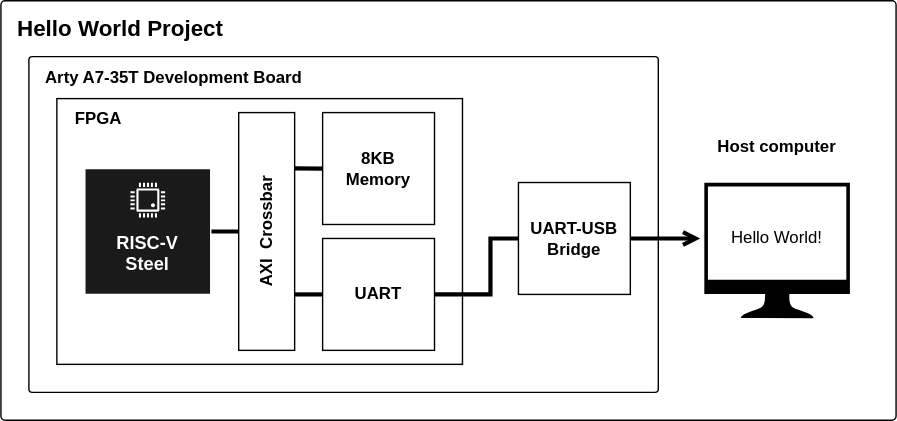
Above: docs/source/images/hello-world.svg in riscv-steel/riscv-steel (draw.io), before the change. Source tidied: cells renumbered, new cells last; positions are measured from the earlier drawing's top-left corner, leaving out a move shared by most shapes. The source it was exported from:
```xml
<mxGraphModel>
  <root>
    <mxCell id="0" />
    <mxCell id="1" parent="0" />
    <mxCell id="2" style="rounded=1;whiteSpace=wrap;html=1;fillColor=#FFFFFF;fontColor=#333333;strokeColor=#000000;gradientColor=none;gradientDirection=east;strokeWidth=1;arcSize=1;" parent="1" vertex="1">
      <mxGeometry width="640" height="300" as="geometry" />
    </mxCell>
    <mxCell id="3" style="sketch=0;shadow=0;dashed=0;html=1;strokeColor=none;fillColor=#000000;labelPosition=center;verticalLabelPosition=bottom;verticalAlign=top;align=center;shape=mxgraph.vvd.monitor;" parent="1" vertex="1">
      <mxGeometry x="502.9" y="130.2" width="104.1" height="96.8" as="geometry" />
    </mxCell>
    <mxCell id="4" style="rounded=1;whiteSpace=wrap;html=1;strokeWidth=1;gradientColor=none;fillColor=#FFFFFF;gradientDirection=radial;arcSize=1;" parent="1" vertex="1">
      <mxGeometry x="20" y="40" width="450" height="240" as="geometry" />
    </mxCell>
    <mxCell id="5" style="rounded=1;whiteSpace=wrap;html=1;fillColor=#FFFFFF;fontColor=#333333;strokeColor=#000000;gradientColor=none;gradientDirection=east;strokeWidth=1;arcSize=0;" parent="1" vertex="1">
      <mxGeometry x="40" y="70" width="290" height="190" as="geometry" />
    </mxCell>
    <mxCell id="6" style="edgeStyle=orthogonalEdgeStyle;rounded=0;jettySize=auto;html=1;entryX=0;entryY=0.5;entryDx=0;entryDy=0;strokeWidth=3;startArrow=none;startFill=0;endArrow=none;endFill=0;" parent="1" edge="1" source="7" target="9">
      <mxGeometry relative="1" as="geometry" />
    </mxCell>
    <mxCell id="7" value="&lt;br&gt;&lt;br&gt;RISC-V&lt;br style=&quot;font-size: 13px;&quot;&gt;Steel" style="rounded=1;whiteSpace=wrap;html=1;strokeWidth=1;arcSize=0;fontStyle=1;fontSize=13;fontFamily=Helvetica;fillColor=#1A1A1A;strokeColor=#FFFFFF;fontColor=#ffffff;" parent="1" vertex="1">
      <mxGeometry x="60" y="120" width="90" height="90" as="geometry" />
    </mxCell>
    <mxCell id="8" style="shadow=0;dashed=0;html=1;strokeColor=none;fillColor=#FFFFFF;labelPosition=center;verticalLabelPosition=bottom;verticalAlign=top;align=center;shape=mxgraph.veeam.cpu;" parent="1" vertex="1">
      <mxGeometry x="92.6" y="130.2" width="24.8" height="24.8" as="geometry" />
    </mxCell>
    <mxCell id="9" value="AXI&amp;nbsp; Crossbar" style="rounded=1;whiteSpace=wrap;html=1;strokeWidth=1;arcSize=0;fontStyle=1;fontSize=12;fontFamily=Helvetica;horizontal=0;" parent="1" vertex="1">
      <mxGeometry x="170" y="80" width="40" height="170" as="geometry" />
    </mxCell>
    <mxCell id="10" style="edgeStyle=orthogonalEdgeStyle;rounded=0;jettySize=auto;html=1;entryX=1;entryY=0.235;entryDx=0;entryDy=0;entryPerimeter=0;endArrow=none;endFill=0;strokeWidth=3;" parent="1" edge="1" source="11" target="9">
      <mxGeometry relative="1" as="geometry" />
    </mxCell>
    <mxCell id="11" value="8KB&lt;br style=&quot;font-size: 12px;&quot;&gt;Memory" style="rounded=1;whiteSpace=wrap;html=1;strokeWidth=1;arcSize=0;fontStyle=1;fontSize=12;fontFamily=Helvetica;" parent="1" vertex="1">
      <mxGeometry x="230" y="80" width="80" height="80" as="geometry" />
    </mxCell>
    <mxCell id="12" style="edgeStyle=orthogonalEdgeStyle;rounded=0;jettySize=auto;html=1;entryX=0;entryY=0.5;entryDx=0;entryDy=0;strokeWidth=3;endArrow=none;endFill=0;startArrow=none;startFill=0;" parent="1" edge="1" source="13" target="17">
      <mxGeometry relative="1" as="geometry">
        <Array as="points">
          <mxPoint x="350" y="210" />
          <mxPoint x="350" y="170" />
        </Array>
      </mxGeometry>
    </mxCell>
    <mxCell id="13" value="UART" style="rounded=1;whiteSpace=wrap;html=1;strokeWidth=1;arcSize=0;fontStyle=1;fontSize=12;fontFamily=Helvetica;" parent="1" vertex="1">
      <mxGeometry x="230" y="170" width="80" height="80" as="geometry" />
    </mxCell>
    <mxCell id="14" value="FPGA" style="text;html=1;strokeColor=none;fillColor=none;align=center;verticalAlign=middle;whiteSpace=wrap;rounded=0;fontStyle=1;fontSize=12;" parent="1" vertex="1">
      <mxGeometry x="40" y="70" width="60" height="30" as="geometry" />
    </mxCell>
    <mxCell id="15" value="Arty A7-35T Development Board" style="text;html=1;strokeColor=none;fillColor=none;align=left;verticalAlign=middle;whiteSpace=wrap;rounded=0;fontSize=12;fontStyle=1;" parent="1" vertex="1">
      <mxGeometry x="30" y="40" width="280" height="30" as="geometry" />
    </mxCell>
    <mxCell id="16" style="edgeStyle=orthogonalEdgeStyle;rounded=0;jettySize=auto;html=1;strokeWidth=3;endArrow=open;endFill=0;startArrow=none;startFill=0;" parent="1" edge="1" source="17">
      <mxGeometry relative="1" as="geometry">
        <mxPoint x="500" y="170" as="targetPoint" />
      </mxGeometry>
    </mxCell>
    <mxCell id="17" value="UART-USB&lt;br style=&quot;font-size: 12px;&quot;&gt;Bridge" style="rounded=1;whiteSpace=wrap;html=1;strokeWidth=1;arcSize=0;fontStyle=1;fontSize=12;fontFamily=Helvetica;" parent="1" vertex="1">
      <mxGeometry x="370" y="130" width="80" height="80" as="geometry" />
    </mxCell>
    <mxCell id="18" value="Hello World!" style="text;html=1;strokeColor=none;fillColor=none;align=center;verticalAlign=middle;whiteSpace=wrap;rounded=0;fontStyle=0;fontColor=#000000;" parent="1" vertex="1">
      <mxGeometry x="515" y="155" width="80" height="30" as="geometry" />
    </mxCell>
    <mxCell id="19" value="Host computer" style="text;html=1;strokeColor=none;fillColor=none;align=center;verticalAlign=middle;whiteSpace=wrap;rounded=0;fontStyle=1;" parent="1" vertex="1">
      <mxGeometry x="485" y="90" width="140" height="30" as="geometry" />
    </mxCell>
    <mxCell id="20" style="edgeStyle=orthogonalEdgeStyle;rounded=0;orthogonalLoop=1;jettySize=auto;html=1;entryX=1;entryY=0.235;entryDx=0;entryDy=0;entryPerimeter=0;endArrow=none;endFill=0;strokeWidth=3;" parent="1" edge="1">
      <mxGeometry relative="1" as="geometry">
        <mxPoint x="230" y="210" as="sourcePoint" />
        <mxPoint x="210" y="210" as="targetPoint" />
      </mxGeometry>
    </mxCell>
    <mxCell id="21" value="Hello World Project" style="text;html=1;strokeColor=none;fillColor=none;align=left;verticalAlign=middle;whiteSpace=wrap;rounded=0;fontSize=16;fontStyle=1;" parent="1" vertex="1">
      <mxGeometry x="10" width="280" height="40" as="geometry" />
    </mxCell>
  </root>
</mxGraphModel>
```
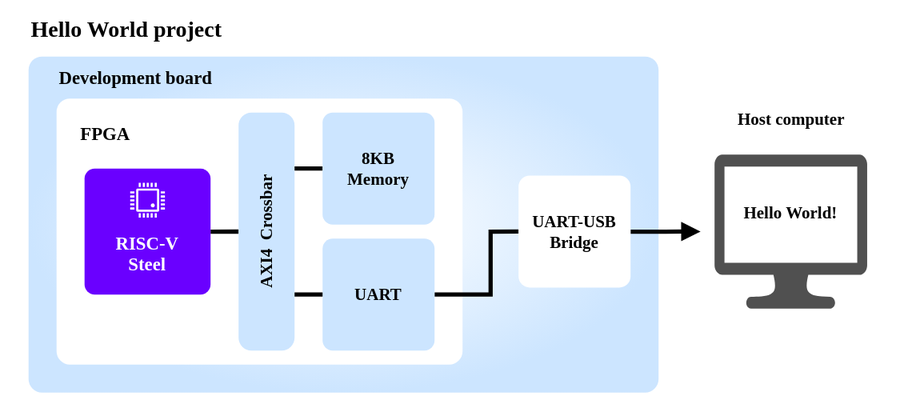
Later version of the same file.

The edit, as a diff of the source:
```diff
@@ -2,66 +2,60 @@
   <root>
     <mxCell id="0" />
     <mxCell id="1" parent="0" />
-    <mxCell id="2" style="rounded=1;whiteSpace=wrap;html=1;fillColor=#FFFFFF;fontColor=#333333;strokeColor=#000000;gradientColor=none;gradientDirection=east;strokeWidth=1;arcSize=1;" parent="1" vertex="1">
-      <mxGeometry width="640" height="300" as="geometry" />
+    <mxCell id="2" style="rounded=1;whiteSpace=wrap;html=1;fillColor=#FFFFFF;fontColor=#333333;strokeColor=none;gradientColor=none;gradientDirection=radial;strokeWidth=1;arcSize=3;" parent="1" vertex="1">
+      <mxGeometry width="660" height="300" as="geometry" />
     </mxCell>
-    <mxCell id="3" style="sketch=0;shadow=0;dashed=0;html=1;strokeColor=none;fillColor=#000000;labelPosition=center;verticalLabelPosition=bottom;verticalAlign=top;align=center;shape=mxgraph.vvd.monitor;" parent="1" vertex="1">
-      <mxGeometry x="502.9" y="130.2" width="104.1" height="96.8" as="geometry" />
-    </mxCell>
-    <mxCell id="4" style="rounded=1;whiteSpace=wrap;html=1;strokeWidth=1;gradientColor=none;fillColor=#FFFFFF;gradientDirection=radial;arcSize=1;" parent="1" vertex="1">
+    <mxCell id="4" style="rounded=1;whiteSpace=wrap;html=1;strokeWidth=1;gradientColor=#CCE5FF;fillColor=#FFFFFF;gradientDirection=radial;arcSize=4;strokeColor=none;" parent="1" vertex="1">
       <mxGeometry x="20" y="40" width="450" height="240" as="geometry" />
     </mxCell>
-    <mxCell id="5" style="rounded=1;whiteSpace=wrap;html=1;fillColor=#FFFFFF;fontColor=#333333;strokeColor=#000000;gradientColor=none;gradientDirection=east;strokeWidth=1;arcSize=0;" parent="1" vertex="1">
+    <mxCell id="5" style="rounded=1;whiteSpace=wrap;html=1;fillColor=#FFFFFF;fontColor=#333333;strokeColor=none;gradientColor=none;gradientDirection=east;strokeWidth=1;arcSize=5;" parent="1" vertex="1">
       <mxGeometry x="40" y="70" width="290" height="190" as="geometry" />
     </mxCell>
     <mxCell id="6" style="edgeStyle=orthogonalEdgeStyle;rounded=0;jettySize=auto;html=1;entryX=0;entryY=0.5;entryDx=0;entryDy=0;strokeWidth=3;startArrow=none;startFill=0;endArrow=none;endFill=0;" parent="1" edge="1" source="7" target="9">
       <mxGeometry relative="1" as="geometry" />
     </mxCell>
-    <mxCell id="7" value="&lt;br&gt;&lt;br&gt;RISC-V&lt;br style=&quot;font-size: 13px;&quot;&gt;Steel" style="rounded=1;whiteSpace=wrap;html=1;strokeWidth=1;arcSize=0;fontStyle=1;fontSize=13;fontFamily=Helvetica;fillColor=#1A1A1A;strokeColor=#FFFFFF;fontColor=#ffffff;" parent="1" vertex="1">
+    <mxCell id="7" value="&lt;br&gt;&lt;br&gt;RISC-V&lt;br style=&quot;font-size: 13px;&quot;&gt;Steel" style="rounded=1;whiteSpace=wrap;html=1;strokeWidth=1;arcSize=8;fontStyle=1;fontSize=13;fontFamily=Tahoma;fillColor=#6A00FF;strokeColor=none;fontColor=#ffffff;" parent="1" vertex="1">
       <mxGeometry x="60" y="120" width="90" height="90" as="geometry" />
     </mxCell>
     <mxCell id="8" style="shadow=0;dashed=0;html=1;strokeColor=none;fillColor=#FFFFFF;labelPosition=center;verticalLabelPosition=bottom;verticalAlign=top;align=center;shape=mxgraph.veeam.cpu;" parent="1" vertex="1">
       <mxGeometry x="92.6" y="130.2" width="24.8" height="24.8" as="geometry" />
     </mxCell>
-    <mxCell id="9" value="AXI&amp;nbsp; Crossbar" style="rounded=1;whiteSpace=wrap;html=1;strokeWidth=1;arcSize=0;fontStyle=1;fontSize=12;fontFamily=Helvetica;horizontal=0;" parent="1" vertex="1">
+    <mxCell id="9" value="AXI4&amp;nbsp; Crossbar" style="rounded=1;whiteSpace=wrap;html=1;strokeWidth=1;arcSize=23;fontStyle=1;fontSize=12;fontFamily=Tahoma;horizontal=0;strokeColor=none;fillColor=#CCE5FF;" parent="1" vertex="1">
       <mxGeometry x="170" y="80" width="40" height="170" as="geometry" />
     </mxCell>
     <mxCell id="10" style="edgeStyle=orthogonalEdgeStyle;rounded=0;jettySize=auto;html=1;entryX=1;entryY=0.235;entryDx=0;entryDy=0;entryPerimeter=0;endArrow=none;endFill=0;strokeWidth=3;" parent="1" edge="1" source="11" target="9">
       <mxGeometry relative="1" as="geometry" />
     </mxCell>
-    <mxCell id="11" value="8KB&lt;br style=&quot;font-size: 12px;&quot;&gt;Memory" style="rounded=1;whiteSpace=wrap;html=1;strokeWidth=1;arcSize=0;fontStyle=1;fontSize=12;fontFamily=Helvetica;" parent="1" vertex="1">
+    <mxCell id="11" value="8KB&lt;br style=&quot;font-size: 12px;&quot;&gt;Memory" style="rounded=1;whiteSpace=wrap;html=1;strokeWidth=1;arcSize=9;fontStyle=1;fontSize=12;fontFamily=Tahoma;strokeColor=none;fillColor=#CCE5FF;" parent="1" vertex="1">
       <mxGeometry x="230" y="80" width="80" height="80" as="geometry" />
     </mxCell>
     <mxCell id="12" style="edgeStyle=orthogonalEdgeStyle;rounded=0;jettySize=auto;html=1;entryX=0;entryY=0.5;entryDx=0;entryDy=0;strokeWidth=3;endArrow=none;endFill=0;startArrow=none;startFill=0;" parent="1" edge="1" source="13" target="17">
       <mxGeometry relative="1" as="geometry">
         <Array as="points">
           <mxPoint x="350" y="210" />
-          <mxPoint x="350" y="170" />
+          <mxPoint x="350" y="165" />
         </Array>
       </mxGeometry>
     </mxCell>
-    <mxCell id="13" value="UART" style="rounded=1;whiteSpace=wrap;html=1;strokeWidth=1;arcSize=0;fontStyle=1;fontSize=12;fontFamily=Helvetica;" parent="1" vertex="1">
+    <mxCell id="13" value="UART" style="rounded=1;whiteSpace=wrap;html=1;strokeWidth=1;arcSize=9;fontStyle=1;fontSize=12;fontFamily=Tahoma;strokeColor=none;fillColor=#CCE5FF;" parent="1" vertex="1">
       <mxGeometry x="230" y="170" width="80" height="80" as="geometry" />
     </mxCell>
-    <mxCell id="14" value="FPGA" style="text;html=1;strokeColor=none;fillColor=none;align=center;verticalAlign=middle;whiteSpace=wrap;rounded=0;fontStyle=1;fontSize=12;" parent="1" vertex="1">
-      <mxGeometry x="40" y="70" width="60" height="30" as="geometry" />
+    <mxCell id="14" value="FPGA" style="text;html=1;strokeColor=none;fillColor=none;align=center;verticalAlign=middle;whiteSpace=wrap;rounded=0;fontStyle=1;fontSize=13;fontFamily=Tahoma;" parent="1" vertex="1">
+      <mxGeometry x="40" y="80" width="70" height="30" as="geometry" />
     </mxCell>
-    <mxCell id="15" value="Arty A7-35T Development Board" style="text;html=1;strokeColor=none;fillColor=none;align=left;verticalAlign=middle;whiteSpace=wrap;rounded=0;fontSize=12;fontStyle=1;" parent="1" vertex="1">
-      <mxGeometry x="30" y="40" width="280" height="30" as="geometry" />
+    <mxCell id="15" value="Development board" style="text;html=1;strokeColor=none;fillColor=none;align=left;verticalAlign=middle;whiteSpace=wrap;rounded=0;fontSize=13;fontStyle=1;fontFamily=Tahoma;" parent="1" vertex="1">
+      <mxGeometry x="40" y="40" width="280" height="30" as="geometry" />
     </mxCell>
-    <mxCell id="16" style="edgeStyle=orthogonalEdgeStyle;rounded=0;jettySize=auto;html=1;strokeWidth=3;endArrow=open;endFill=0;startArrow=none;startFill=0;" parent="1" edge="1" source="17">
-      <mxGeometry relative="1" as="geometry">
-        <mxPoint x="500" y="170" as="targetPoint" />
-      </mxGeometry>
-    </mxCell>
+    <mxCell id="22" style="edgeStyle=orthogonalEdgeStyle;rounded=0;jettySize=auto;html=1;strokeWidth=3;endArrow=block;endFill=1;" parent="1" edge="1" source="17">
+      <mxGeometry relative="1" as="geometry">
+        <mxPoint x="500" y="165" as="targetPoint" />
+      </mxGeometry>
+    </mxCell>
-    <mxCell id="17" value="UART-USB&lt;br style=&quot;font-size: 12px;&quot;&gt;Bridge" style="rounded=1;whiteSpace=wrap;html=1;strokeWidth=1;arcSize=0;fontStyle=1;fontSize=12;fontFamily=Helvetica;" parent="1" vertex="1">
-      <mxGeometry x="370" y="130" width="80" height="80" as="geometry" />
+    <mxCell id="17" value="UART-USB&lt;br style=&quot;font-size: 12px;&quot;&gt;Bridge" style="rounded=1;whiteSpace=wrap;html=1;strokeWidth=1;arcSize=10;fontStyle=1;fontSize=12;fontFamily=Tahoma;fillColor=#FFFFFF;strokeColor=none;" parent="1" vertex="1">
+      <mxGeometry x="370" y="125" width="80" height="80" as="geometry" />
     </mxCell>
-    <mxCell id="18" value="Hello World!" style="text;html=1;strokeColor=none;fillColor=none;align=center;verticalAlign=middle;whiteSpace=wrap;rounded=0;fontStyle=0;fontColor=#000000;" parent="1" vertex="1">
-      <mxGeometry x="515" y="155" width="80" height="30" as="geometry" />
-    </mxCell>
-    <mxCell id="19" value="Host computer" style="text;html=1;strokeColor=none;fillColor=none;align=center;verticalAlign=middle;whiteSpace=wrap;rounded=0;fontStyle=1;" parent="1" vertex="1">
-      <mxGeometry x="485" y="90" width="140" height="30" as="geometry" />
+    <mxCell id="19" value="Host computer" style="text;html=1;strokeColor=none;fillColor=none;align=center;verticalAlign=middle;whiteSpace=wrap;rounded=0;fontStyle=1;fontFamily=Tahoma;" parent="1" vertex="1">
+      <mxGeometry x="494.5" y="70" width="140" height="30" as="geometry" />
     </mxCell>
     <mxCell id="20" style="edgeStyle=orthogonalEdgeStyle;rounded=0;orthogonalLoop=1;jettySize=auto;html=1;entryX=1;entryY=0.235;entryDx=0;entryDy=0;entryPerimeter=0;endArrow=none;endFill=0;strokeWidth=3;" parent="1" edge="1">
       <mxGeometry relative="1" as="geometry">
@@ -69,8 +63,20 @@
         <mxPoint x="210" y="210" as="targetPoint" />
       </mxGeometry>
     </mxCell>
-    <mxCell id="21" value="Hello World Project" style="text;html=1;strokeColor=none;fillColor=none;align=left;verticalAlign=middle;whiteSpace=wrap;rounded=0;fontSize=16;fontStyle=1;" parent="1" vertex="1">
-      <mxGeometry x="10" width="280" height="40" as="geometry" />
+    <mxCell id="21" value="Hello World project" style="text;html=1;strokeColor=none;fillColor=none;align=left;verticalAlign=middle;whiteSpace=wrap;rounded=0;fontSize=16;fontStyle=1;fontFamily=Tahoma;" parent="1" vertex="1">
+      <mxGeometry x="20" width="280" height="40" as="geometry" />
     </mxCell>
+    <mxCell id="23" style="group;" parent="1" vertex="1">
+      <mxGeometry x="510" y="110" width="109" height="110" as="geometry" />
+    </mxCell>
+    <mxCell id="24" style="rounded=0;whiteSpace=wrap;html=1;strokeColor=#FFFFFF;" parent="23" vertex="1">
+      <mxGeometry x="6.2" y="7.4" width="96.7" height="70" as="geometry" />
+    </mxCell>
+    <mxCell id="25" style="sketch=0;shadow=0;dashed=0;html=1;strokeColor=none;fillColor=#505050;labelPosition=center;verticalLabelPosition=bottom;verticalAlign=top;align=center;shape=mxgraph.office.devices.lcd_monitor;" parent="23" vertex="1">
+      <mxGeometry width="109" height="110" as="geometry" />
+    </mxCell>
+    <mxCell id="18" value="Hello World!" style="text;html=1;strokeColor=none;fillColor=none;align=center;verticalAlign=middle;whiteSpace=wrap;rounded=0;fontStyle=1;fontColor=#000000;fontFamily=Tahoma;" parent="23" vertex="1">
+      <mxGeometry x="15.8" y="29.7" width="77.3" height="25.4" as="geometry" />
+    </mxCell>
   </root>
 </mxGraphModel>
```
